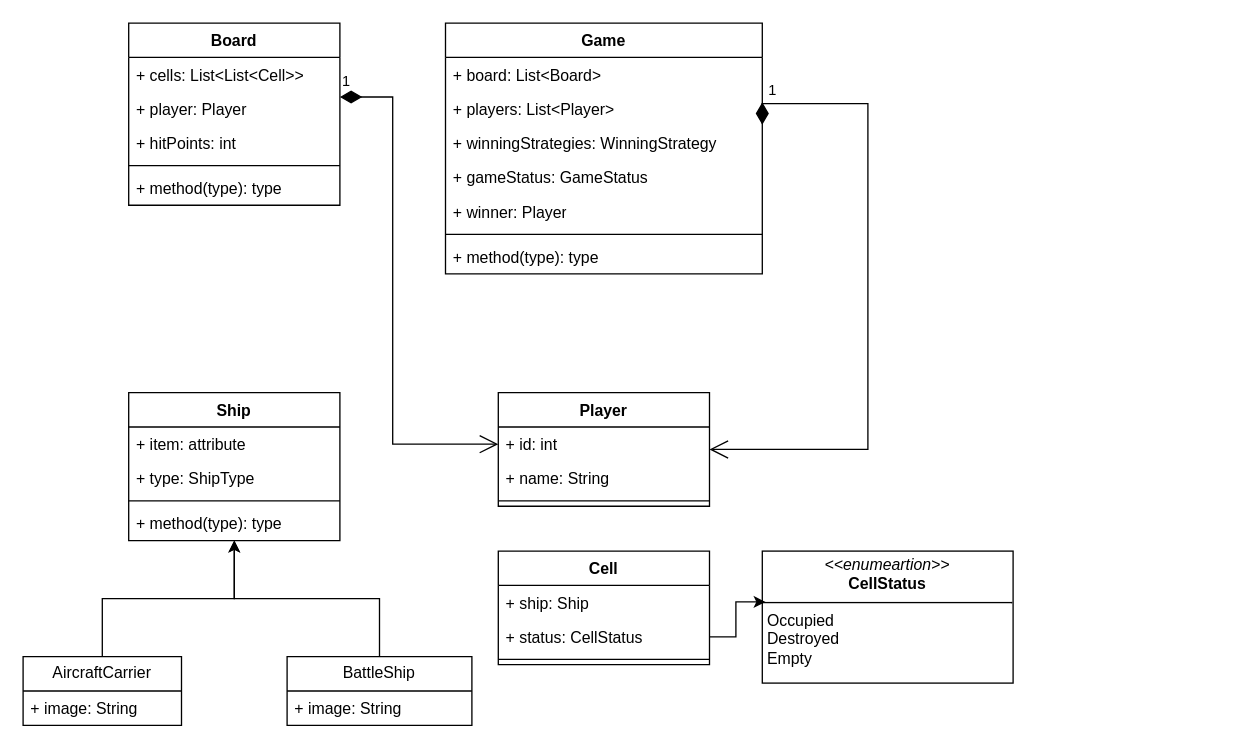
The draw.io diagram Untitled Diagram.drawio in MANIKANTAABBURI/ScalerLLD3DrawIO, before the edit. Source tidied: cells renumbered, new cells numbered last; positions are measured from the earlier drawing's top-left corner, leaving out a move shared by most shapes. Both pictures are drawn from the tidied source at 132%, with x=0, y=0 at pixel (22, 22).
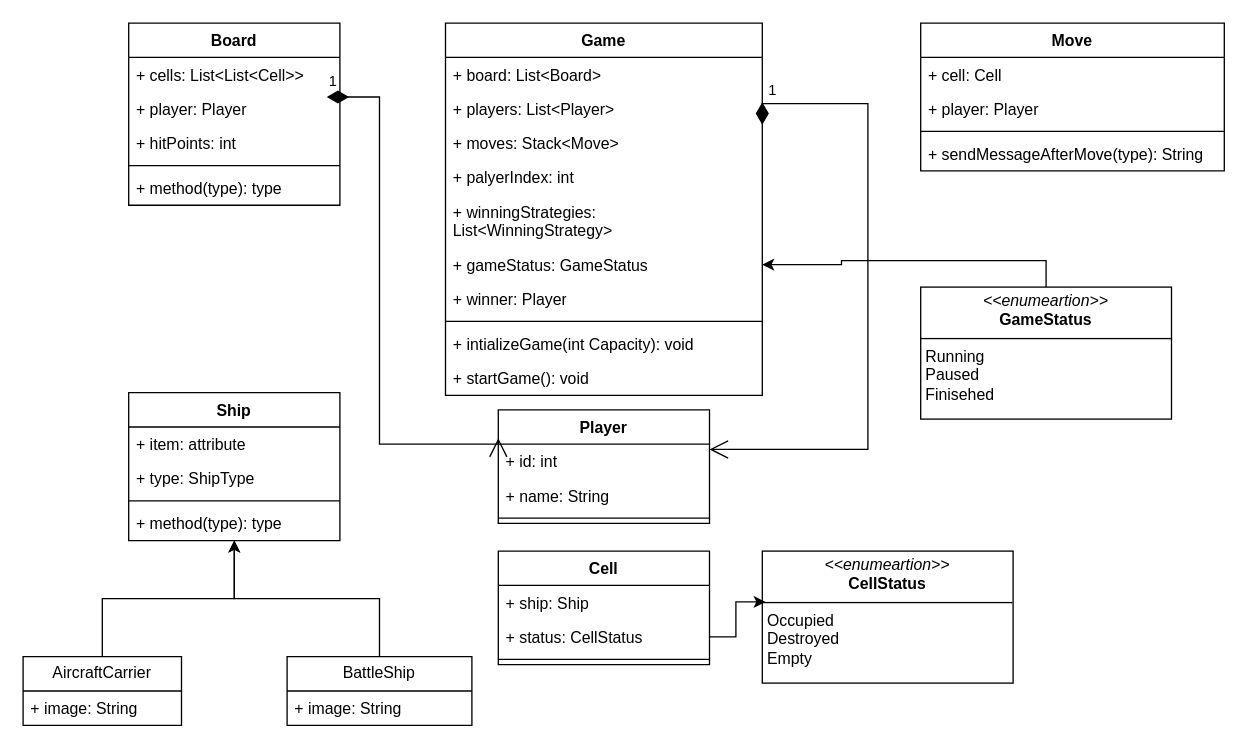
After the change.

Unchanged cells that the change refers to:
```xml
<mxCell id="22" value="+ id: int" style="text;strokeColor=none;fillColor=none;align=left;verticalAlign=top;spacingLeft=4;spacingRight=4;overflow=hidden;points=[[0,0.5],[1,0.5]];portConstraint=eastwest;whiteSpace=wrap;html=1;" parent="21" vertex="1">
  <mxGeometry y="26" width="160" height="26" as="geometry" />
</mxCell>
<mxCell id="31" value="Board" style="swimlane;fontStyle=1;align=center;verticalAlign=top;horizontal=1;startSize=26;whiteSpace=wrap;html=1;" parent="1" vertex="1">
  <mxGeometry x="80" width="160" height="138" as="geometry" />
</mxCell>
```

Change to the diagram source:
```diff
@@
     <mxCell id="2" value="Game" style="swimlane;fontStyle=1;align=center;verticalAlign=top;horizontal=1;startSize=26;whiteSpace=wrap;html=1;" parent="1" vertex="1">
-      <mxGeometry x="320" width="240" height="190" as="geometry" />
+      <mxGeometry x="320" width="240" height="282" as="geometry" />
     </mxCell>
@@
+    <mxCell id="39" value="+ moves: Stack&amp;lt;Move&amp;gt;" style="text;strokeColor=none;fillColor=none;align=left;verticalAlign=top;spacingLeft=4;spacingRight=4;overflow=hidden;whiteSpace=wrap;html=1;" parent="2" vertex="1">
+      <mxGeometry y="78" width="240" height="26" as="geometry" />
+    </mxCell>
+    <mxCell id="40" value="+ palyerIndex: int" style="text;strokeColor=none;fillColor=none;align=left;verticalAlign=top;spacingLeft=4;spacingRight=4;overflow=hidden;whiteSpace=wrap;html=1;" parent="2" vertex="1">
+      <mxGeometry y="104" width="240" height="26" as="geometry" />
+    </mxCell>
-    <mxCell id="5" value="+ winningStrategies: WinningStrategy" style="text;strokeColor=none;fillColor=none;align=left;verticalAlign=top;spacingLeft=4;spacingRight=4;overflow=hidden;whiteSpace=wrap;html=1;" parent="2" vertex="1">
-      <mxGeometry y="78" width="240" height="26" as="geometry" />
+    <mxCell id="5" value="+ winningStrategies: List&amp;lt;WinningStrategy&amp;gt;" style="text;strokeColor=none;fillColor=none;align=left;verticalAlign=top;spacingLeft=4;spacingRight=4;overflow=hidden;whiteSpace=wrap;html=1;" parent="2" vertex="1">
+      <mxGeometry y="130" width="240" height="40" as="geometry" />
     </mxCell>
     <mxCell id="6" value="+ gameStatus: GameStatus" style="text;strokeColor=none;fillColor=none;align=left;verticalAlign=top;spacingLeft=4;spacingRight=4;overflow=hidden;points=[[0,0.5],[1,0.5]];portConstraint=eastwest;whiteSpace=wrap;html=1;" parent="2" vertex="1">
-      <mxGeometry y="104" width="240" height="26" as="geometry" />
+      <mxGeometry y="170" width="240" height="26" as="geometry" />
     </mxCell>
     <mxCell id="7" value="+ winner: Player" style="text;strokeColor=none;fillColor=none;align=left;verticalAlign=top;spacingLeft=4;spacingRight=4;overflow=hidden;whiteSpace=wrap;html=1;" parent="2" vertex="1">
-      <mxGeometry y="130" width="240" height="26" as="geometry" />
+      <mxGeometry y="196" width="240" height="26" as="geometry" />
     </mxCell>
     <mxCell id="8" style="line;strokeWidth=1;fillColor=none;align=left;verticalAlign=middle;spacingTop=-1;spacingLeft=3;spacingRight=3;labelPosition=right;strokeColor=inherit;" parent="2" vertex="1">
-      <mxGeometry y="156" width="240" height="8" as="geometry" />
+      <mxGeometry y="222" width="240" height="8" as="geometry" />
     </mxCell>
-    <mxCell id="9" value="+ method(type): type" style="text;strokeColor=none;fillColor=none;align=left;verticalAlign=top;spacingLeft=4;spacingRight=4;overflow=hidden;whiteSpace=wrap;html=1;" parent="2" vertex="1">
-      <mxGeometry y="164" width="240" height="26" as="geometry" />
+    <mxCell id="9" value="+ intializeGame(int Capacity): void" style="text;strokeColor=none;fillColor=none;align=left;verticalAlign=top;spacingLeft=4;spacingRight=4;overflow=hidden;whiteSpace=wrap;html=1;" parent="2" vertex="1">
+      <mxGeometry y="230" width="240" height="26" as="geometry" />
     </mxCell>
+    <mxCell id="41" value="+ startGame(): void" style="text;strokeColor=none;fillColor=none;align=left;verticalAlign=top;spacingLeft=4;spacingRight=4;overflow=hidden;whiteSpace=wrap;html=1;" parent="2" vertex="1">
+      <mxGeometry y="256" width="240" height="26" as="geometry" />
+    </mxCell>
@@
     <mxCell id="21" value="Player" style="swimlane;fontStyle=1;align=center;verticalAlign=top;horizontal=1;startSize=26;whiteSpace=wrap;html=1;" parent="1" vertex="1">
-      <mxGeometry x="360" y="280" width="160" height="86" as="geometry" />
+      <mxGeometry x="360" y="293" width="160" height="86" as="geometry" />
     </mxCell>
@@
-    <mxCell id="38" value="1" style="endArrow=open;html=1;endSize=12;startArrow=diamondThin;startSize=14;startFill=1;edgeStyle=orthogonalEdgeStyle;align=left;verticalAlign=bottom;rounded=0;entryX=0;entryY=0.5;entryDx=0;entryDy=0;" parent="1" edge="1" source="31" target="22">
+    <mxCell id="38" value="1" style="endArrow=open;html=1;endSize=12;startArrow=diamondThin;startSize=14;startFill=1;edgeStyle=orthogonalEdgeStyle;align=left;verticalAlign=bottom;rounded=0;entryX=0;entryY=0.25;entryDx=0;entryDy=0;" parent="1" edge="1" target="21">
       <mxGeometry x="-1" y="3" relative="1" as="geometry">
+        <mxPoint x="230" y="56" as="sourcePoint" />
         <Array as="points">
-          <mxPoint x="280" y="56" />
-          <mxPoint x="280" y="319" />
+          <mxPoint x="270" y="56" />
+          <mxPoint x="270" y="319" />
+          <mxPoint x="360" y="319" />
         </Array>
       </mxGeometry>
     </mxCell>
+    <mxCell id="42" value="Move" style="swimlane;fontStyle=1;align=center;verticalAlign=top;horizontal=1;startSize=26;whiteSpace=wrap;html=1;" parent="1" vertex="1">
+      <mxGeometry x="680" width="230" height="112" as="geometry" />
+    </mxCell>
+    <mxCell id="43" value="+ cell: Cell" style="text;strokeColor=none;fillColor=none;align=left;verticalAlign=top;spacingLeft=4;spacingRight=4;overflow=hidden;whiteSpace=wrap;html=1;" parent="42" vertex="1">
+      <mxGeometry y="26" width="230" height="26" as="geometry" />
+    </mxCell>
+    <mxCell id="44" value="+ player: Player" style="text;strokeColor=none;fillColor=none;align=left;verticalAlign=top;spacingLeft=4;spacingRight=4;overflow=hidden;whiteSpace=wrap;html=1;" parent="42" vertex="1">
+      <mxGeometry y="52" width="230" height="26" as="geometry" />
+    </mxCell>
+    <mxCell id="45" style="line;strokeWidth=1;fillColor=none;align=left;verticalAlign=middle;spacingTop=-1;spacingLeft=3;spacingRight=3;labelPosition=right;strokeColor=inherit;" parent="42" vertex="1">
+      <mxGeometry y="78" width="230" height="8" as="geometry" />
+    </mxCell>
+    <mxCell id="46" value="+ sendMessageAfterMove(type): String" style="text;strokeColor=none;fillColor=none;align=left;verticalAlign=top;spacingLeft=4;spacingRight=4;overflow=hidden;whiteSpace=wrap;html=1;" parent="42" vertex="1">
+      <mxGeometry y="86" width="230" height="26" as="geometry" />
+    </mxCell>
+    <mxCell id="47" style="edgeStyle=orthogonalEdgeStyle;rounded=0;jettySize=auto;html=1;" parent="1" edge="1" source="48" target="6">
+      <mxGeometry relative="1" as="geometry" />
+    </mxCell>
+    <mxCell id="48" value="&lt;p style=&quot;margin:0px;margin-top:4px;text-align:center;&quot;&gt;&lt;i&gt;&amp;lt;&amp;lt;enumeartion&amp;gt;&amp;gt;&lt;/i&gt;&lt;br&gt;&lt;b&gt;GameStatus&lt;/b&gt;&lt;/p&gt;&lt;hr size=&quot;1&quot; style=&quot;border-style:solid;&quot;&gt;&lt;p style=&quot;margin:0px;margin-left:4px;&quot;&gt;Running&lt;/p&gt;&lt;p style=&quot;margin:0px;margin-left:4px;&quot;&gt;Paused&lt;/p&gt;&lt;p style=&quot;margin:0px;margin-left:4px;&quot;&gt;Finisehed&lt;/p&gt;&lt;p style=&quot;margin:0px;margin-left:4px;&quot;&gt;&lt;br&gt;&lt;/p&gt;" style="verticalAlign=top;align=left;overflow=fill;html=1;whiteSpace=wrap;" parent="1" vertex="1">
+      <mxGeometry x="680" y="200" width="190" height="100" as="geometry" />
+    </mxCell>
```
